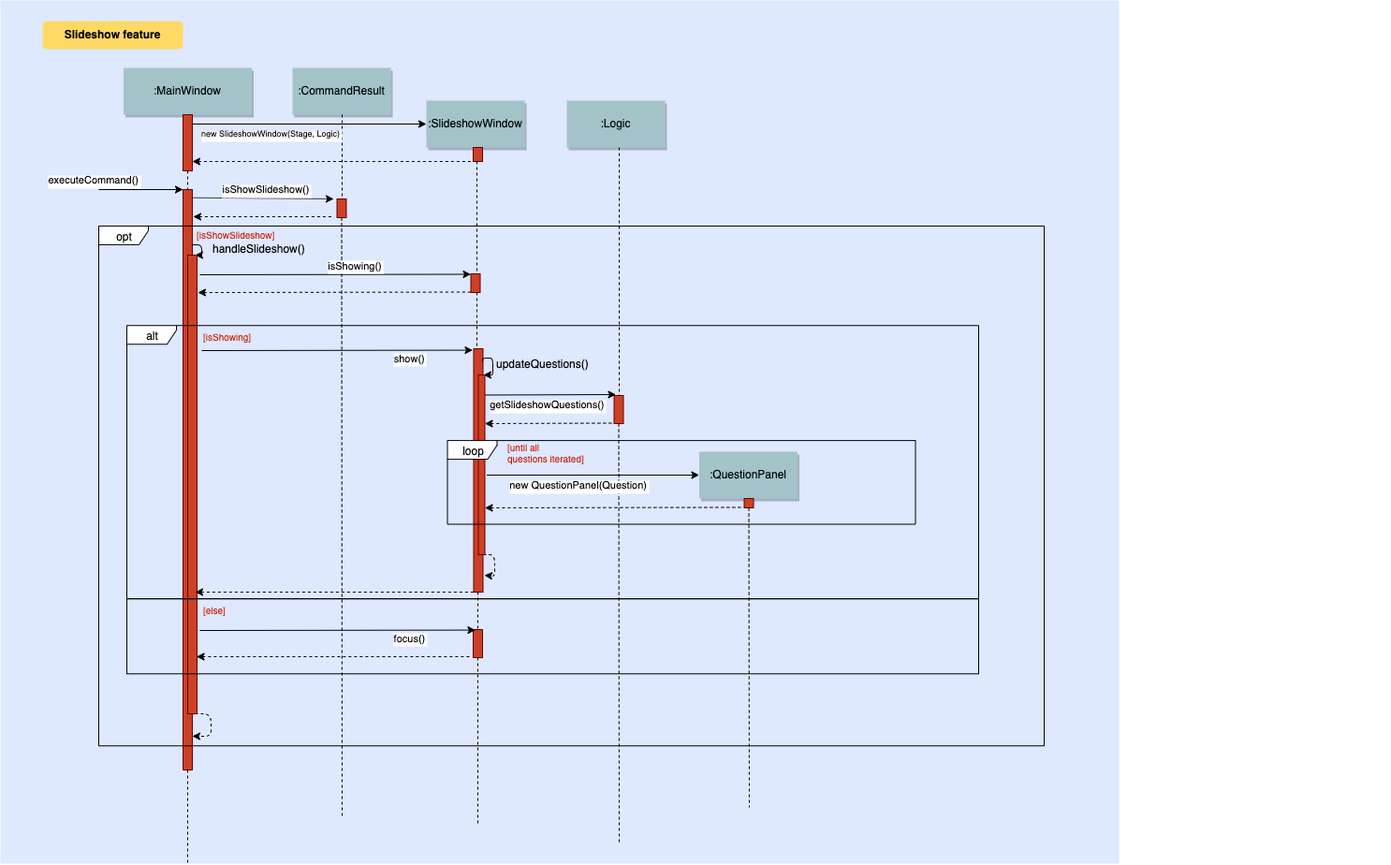
Before: docs/images/SlideshowFeatureSequenceDiagram.png, a diagram exported from draw.io (nus-cs2103-AY1920S1/addressbook-level3). Source tidied: cells renumbered, new cells last; positions are measured from the earlier drawing's top-left corner, leaving out a move shared by most shapes.
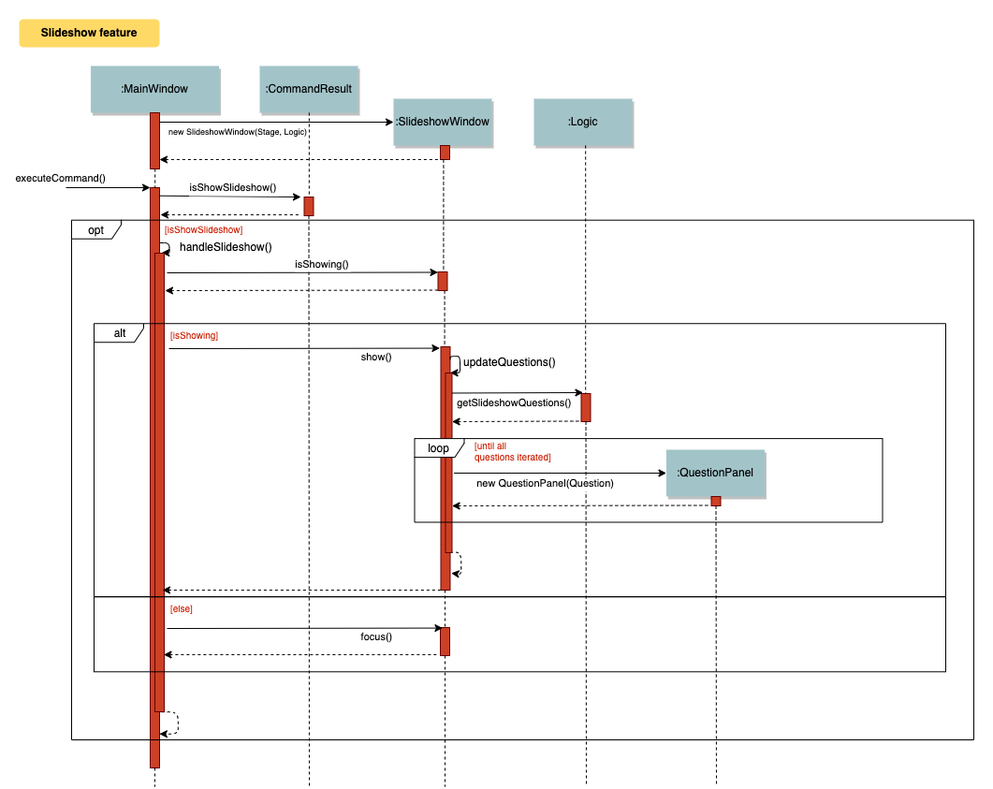
The same file after the commit.

What changed in the source:
```diff
@@ -2,9 +2,9 @@
   <root>
     <mxCell id="0" />
     <mxCell id="1" parent="0" />
-    <mxCell id="2" style="fillColor=#DEE8FF;strokeColor=none;" parent="1" vertex="1">
-      <mxGeometry width="1195" height="922" as="geometry" />
-    </mxCell>
+    <mxCell id="66" style="rounded=0;whiteSpace=wrap;html=1;strokeColor=none;" parent="1" vertex="1">
+      <mxGeometry x="35" y="2" width="1060" height="840" as="geometry" />
+    </mxCell>
     <mxCell id="3" style="edgeStyle=orthogonalEdgeStyle;rounded=1;jettySize=auto;html=1;exitX=0.988;exitY=0.095;exitDx=0;exitDy=0;exitPerimeter=0;entryX=0.75;entryY=0;entryDx=0;entryDy=0;" parent="1" edge="1" source="4" target="12">
       <mxGeometry relative="1" as="geometry">
         <Array as="points">
@@ -33,11 +33,11 @@
     </mxCell>
     <mxCell id="9" style="edgeStyle=none;dashed=1;endArrow=none;" parent="1" edge="1" source="4">
       <mxGeometry x="50" y="360" as="geometry">
-        <mxPoint x="200" y="922" as="targetPoint" />
+        <mxPoint x="200" y="842" as="targetPoint" />
       </mxGeometry>
     </mxCell>
     <mxCell id="10" value="Slideshow feature" style="rounded=1;fontStyle=1;fillColor=#FFD966;strokeColor=none;" parent="1" vertex="1">
-      <mxGeometry x="45" y="22" width="150" height="30" as="geometry" />
+      <mxGeometry x="55" y="22" width="150" height="30" as="geometry" />
     </mxCell>
     <mxCell id="11" style="edgeStyle=orthogonalEdgeStyle;rounded=1;jettySize=auto;html=1;exitX=0.75;exitY=1;exitDx=0;exitDy=0;entryX=1.043;entryY=0.942;entryDx=0;entryDy=0;dashed=1;entryPerimeter=0;" parent="1" edge="1" source="12" target="4">
       <mxGeometry relative="1" as="geometry">
@@ -74,7 +74,7 @@
     </mxCell>
     <mxCell id="18" style="edgeStyle=none;dashed=1;endArrow=none;" parent="1" edge="1" source="14">
       <mxGeometry x="214.5" y="370" as="geometry">
-        <mxPoint x="365" y="872" as="targetPoint" />
+        <mxPoint x="365" y="842" as="targetPoint" />
       </mxGeometry>
     </mxCell>
     <mxCell id="19" value=":SlideshowWindow" style="shadow=1;fillColor=#A2C4C9;strokeColor=none;" parent="1" vertex="1">
@@ -88,7 +88,7 @@
     </mxCell>
     <mxCell id="22" style="edgeStyle=none;dashed=1;endArrow=none;" parent="1" edge="1" source="54">
       <mxGeometry x="359.5" y="380" as="geometry">
-        <mxPoint x="510" y="882" as="targetPoint" />
+        <mxPoint x="510" y="842" as="targetPoint" />
       </mxGeometry>
     </mxCell>
     <mxCell id="23" style="fillColor=#CC4125;strokeColor=#660000;" parent="1" vertex="1">
@@ -144,7 +144,7 @@
     </mxCell>
     <mxCell id="34" style="edgeStyle=none;dashed=1;endArrow=none;" parent="1" edge="1" source="32">
       <mxGeometry x="510" y="470" as="geometry">
-        <mxPoint x="661" y="902" as="targetPoint" />
+        <mxPoint x="661" y="842" as="targetPoint" />
       </mxGeometry>
     </mxCell>
     <mxCell id="35" style="edgeStyle=none;verticalLabelPosition=top;verticalAlign=bottom;labelPosition=left;align=right;endArrow=none;startArrow=classic;dashed=1;" parent="1" edge="1">
@@ -171,7 +171,7 @@
     </mxCell>
     <mxCell id="40" style="edgeStyle=none;dashed=1;endArrow=none;" parent="1" edge="1" source="38">
       <mxGeometry x="649" y="685" as="geometry">
-        <mxPoint x="800" y="862" as="targetPoint" />
+        <mxPoint x="800" y="842" as="targetPoint" />
       </mxGeometry>
     </mxCell>
     <mxCell id="41" value="new QuestionPanel(Question)" style="edgeStyle=none;verticalLabelPosition=top;verticalAlign=bottom;labelPosition=left;align=right;entryX=0;entryY=0.5;entryDx=0;entryDy=0;" parent="1" edge="1" target="37">
@@ -252,29 +252,26 @@
         <mxPoint x="502.5" y="701" as="targetPoint" />
       </mxGeometry>
     </mxCell>
-    <mxCell id="58" style="group;" parent="1" vertex="1">
-      <mxGeometry x="135" y="347.2" width="1350" height="450" as="geometry" />
-    </mxCell>
-    <mxCell id="59" style="html=1;fontSize=10;fillColor=none;" parent="58" vertex="1">
-      <mxGeometry y="292.1" width="910" height="80" as="geometry" />
+    <mxCell id="59" style="html=1;fontSize=10;fillColor=none;" parent="1" vertex="1">
+      <mxGeometry x="135" y="639.3" width="910" height="80" as="geometry" />
     </mxCell>
-    <mxCell id="60" value="&lt;font color=&quot;#c91b00&quot;&gt;[else]&lt;/font&gt;" style="text;html=1;fontSize=10;" parent="58" vertex="1">
-      <mxGeometry x="80" y="292.1" width="277" height="29" as="geometry" />
+    <mxCell id="60" value="&lt;font color=&quot;#c91b00&quot;&gt;[else]&lt;/font&gt;" style="text;html=1;fontSize=10;" parent="1" vertex="1">
+      <mxGeometry x="215" y="639.3" width="277" height="29" as="geometry" />
     </mxCell>
-    <mxCell id="61" value="alt" style="shape=umlFrame;whiteSpace=wrap;html=1;width=53;height=20;" parent="58" vertex="1">
-      <mxGeometry width="910" height="291.8" as="geometry" />
+    <mxCell id="61" value="alt" style="shape=umlFrame;whiteSpace=wrap;html=1;width=53;height=20;" parent="1" vertex="1">
+      <mxGeometry x="135" y="347.2" width="910" height="291.8" as="geometry" />
     </mxCell>
-    <mxCell id="62" value="&lt;span style=&quot;color: rgb(201 , 27 , 0)&quot;&gt;[isShowing]&lt;/span&gt;" style="text;html=1;fontSize=10;" parent="58" vertex="1">
-      <mxGeometry x="80.2" y="0.2" width="415.4" height="109.4" as="geometry" />
+    <mxCell id="62" value="&lt;span style=&quot;color: rgb(201 , 27 , 0)&quot;&gt;[isShowing]&lt;/span&gt;" style="text;html=1;fontSize=10;" parent="1" vertex="1">
+      <mxGeometry x="215.2" y="347.4" width="415.4" height="109.4" as="geometry" />
     </mxCell>
-    <mxCell id="63" style="group;" parent="58" vertex="1">
-      <mxGeometry x="-30" y="-141" width="1010" height="590" as="geometry" />
+    <mxCell id="63" style="group;" parent="1" vertex="1">
+      <mxGeometry x="111" y="202" width="964" height="590" as="geometry" />
     </mxCell>
     <mxCell id="64" value="opt" style="shape=umlFrame;whiteSpace=wrap;html=1;width=53;height=20;" parent="63" vertex="1">
-      <mxGeometry y="34.7" width="1010" height="555.3" as="geometry" />
+      <mxGeometry y="34.7" width="964" height="555.3" as="geometry" />
     </mxCell>
     <mxCell id="65" value="&lt;font color=&quot;#c91b00&quot; style=&quot;font-size: 10px;&quot;&gt;[isShowSlideshow]&lt;/font&gt;" style="text;html=1;fontSize=10;" parent="63" vertex="1">
-      <mxGeometry x="103" y="31.5" width="412" height="25" as="geometry" />
+      <mxGeometry x="98.3" y="31.5" width="393.2" height="25" as="geometry" />
     </mxCell>
   </root>
 </mxGraphModel>
```
